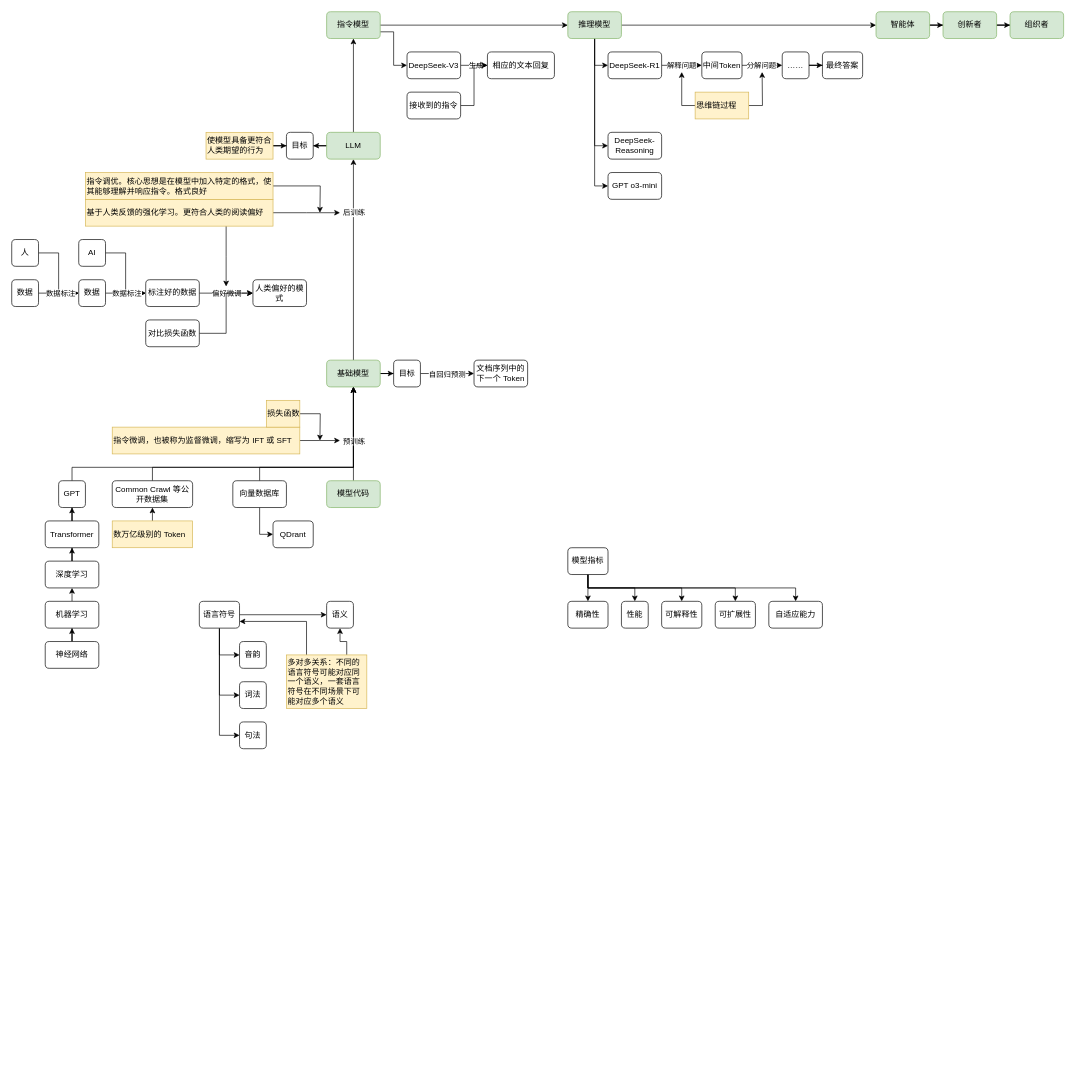
Above: AI知识图.drawio in yanhanfrontend/draw.io.workspace (draw.io), before the change. Source tidied: cells renumbered, new cells numbered last; positions are measured from the earlier drawing's top-left corner, leaving out a move shared by most shapes. Both pictures are drawn from the tidied source at 67%, with x=0, y=0 at pixel (11, 11).
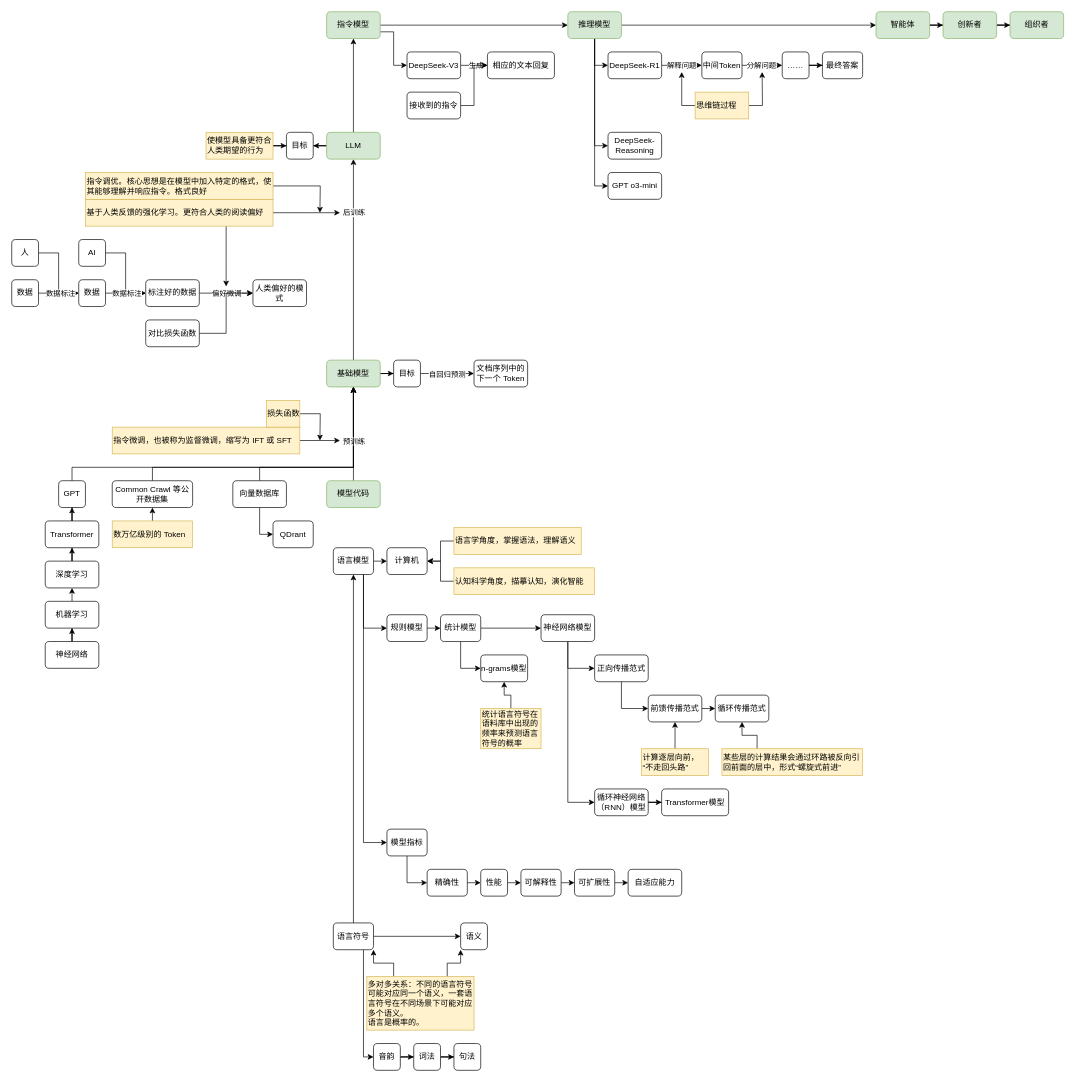
After the change.

Commit message:
更新AI知识图.drawio

What changed in the source:
```diff
@@
+    <mxCell id="118" style="edgeStyle=orthogonalEdgeStyle;rounded=0;jettySize=auto;html=1;exitX=1;exitY=0.5;exitDx=0;exitDy=0;entryX=0;entryY=0.5;entryDx=0;entryDy=0;" parent="1" edge="1" source="84" target="88">
+      <mxGeometry relative="1" as="geometry" />
+    </mxCell>
     <mxCell id="84" value="精确性" style="rounded=1;whiteSpace=wrap;html=1;" parent="1" vertex="1">
-      <mxGeometry x="830" y="880" width="60" height="40" as="geometry" />
+      <mxGeometry x="620" y="1280" width="60" height="40" as="geometry" />
     </mxCell>
+    <mxCell id="119" style="edgeStyle=orthogonalEdgeStyle;rounded=0;jettySize=auto;html=1;exitX=1;exitY=0.5;exitDx=0;exitDy=0;entryX=0;entryY=0.5;entryDx=0;entryDy=0;" parent="1" edge="1" source="85" target="86">
+      <mxGeometry relative="1" as="geometry" />
+    </mxCell>
     <mxCell id="85" value="可解释性" style="rounded=1;whiteSpace=wrap;html=1;" parent="1" vertex="1">
-      <mxGeometry x="970" y="880" width="60" height="40" as="geometry" />
+      <mxGeometry x="760" y="1280" width="60" height="40" as="geometry" />
     </mxCell>
+    <mxCell id="120" style="edgeStyle=orthogonalEdgeStyle;rounded=0;jettySize=auto;html=1;exitX=1;exitY=0.5;exitDx=0;exitDy=0;entryX=0;entryY=0.5;entryDx=0;entryDy=0;" parent="1" edge="1" source="86" target="87">
+      <mxGeometry relative="1" as="geometry" />
+    </mxCell>
     <mxCell id="86" value="可扩展性" style="rounded=1;whiteSpace=wrap;html=1;" parent="1" vertex="1">
-      <mxGeometry x="1050" y="880" width="60" height="40" as="geometry" />
+      <mxGeometry x="840" y="1280" width="60" height="40" as="geometry" />
     </mxCell>
     <mxCell id="87" value="自适应能力" style="rounded=1;whiteSpace=wrap;html=1;" parent="1" vertex="1">
-      <mxGeometry x="1130" y="880" width="80" height="40" as="geometry" />
+      <mxGeometry x="920" y="1280" width="80" height="40" as="geometry" />
     </mxCell>
+    <mxCell id="121" style="edgeStyle=orthogonalEdgeStyle;rounded=0;jettySize=auto;html=1;exitX=1;exitY=0.5;exitDx=0;exitDy=0;entryX=0;entryY=0.5;entryDx=0;entryDy=0;" parent="1" edge="1" source="88" target="85">
+      <mxGeometry relative="1" as="geometry" />
+    </mxCell>
     <mxCell id="88" value="性能" style="rounded=1;whiteSpace=wrap;html=1;" parent="1" vertex="1">
-      <mxGeometry x="910" y="880" width="40" height="40" as="geometry" />
+      <mxGeometry x="700" y="1280" width="40" height="40" as="geometry" />
     </mxCell>
-    <mxCell id="89" style="edgeStyle=orthogonalEdgeStyle;rounded=0;jettySize=auto;html=1;exitX=0.5;exitY=1;exitDx=0;exitDy=0;entryX=0.5;entryY=0;entryDx=0;entryDy=0;" parent="1" edge="1" source="94" target="84">
+    <mxCell id="89" style="edgeStyle=orthogonalEdgeStyle;rounded=0;jettySize=auto;html=1;exitX=0.5;exitY=1;exitDx=0;exitDy=0;entryX=0;entryY=0.5;entryDx=0;entryDy=0;" parent="1" edge="1" source="94" target="84">
       <mxGeometry relative="1" as="geometry" />
     </mxCell>
-    <mxCell id="90" style="edgeStyle=orthogonalEdgeStyle;rounded=0;jettySize=auto;html=1;exitX=0.5;exitY=1;exitDx=0;exitDy=0;entryX=0.5;entryY=0;entryDx=0;entryDy=0;" parent="1" edge="1" source="94" target="88">
-      <mxGeometry relative="1" as="geometry" />
-    </mxCell>
-    <mxCell id="91" style="edgeStyle=orthogonalEdgeStyle;rounded=0;jettySize=auto;html=1;exitX=0.5;exitY=1;exitDx=0;exitDy=0;entryX=0.5;entryY=0;entryDx=0;entryDy=0;" parent="1" edge="1" source="94" target="85">
-      <mxGeometry relative="1" as="geometry" />
-    </mxCell>
-    <mxCell id="92" style="edgeStyle=orthogonalEdgeStyle;rounded=0;jettySize=auto;html=1;exitX=0.5;exitY=1;exitDx=0;exitDy=0;entryX=0.5;entryY=0;entryDx=0;entryDy=0;" parent="1" edge="1" source="94" target="86">
-      <mxGeometry relative="1" as="geometry" />
-    </mxCell>
-    <mxCell id="93" style="edgeStyle=orthogonalEdgeStyle;rounded=0;jettySize=auto;html=1;exitX=0.5;exitY=1;exitDx=0;exitDy=0;entryX=0.5;entryY=0;entryDx=0;entryDy=0;" parent="1" edge="1" source="94" target="87">
-      <mxGeometry relative="1" as="geometry" />
-    </mxCell>
     <mxCell id="94" value="模型指标" style="rounded=1;whiteSpace=wrap;html=1;" parent="1" vertex="1">
-      <mxGeometry x="830" y="800" width="60" height="40" as="geometry" />
+      <mxGeometry x="560" y="1220" width="60" height="40" as="geometry" />
     </mxCell>
@@
+    <mxCell id="109" style="edgeStyle=orthogonalEdgeStyle;rounded=0;jettySize=auto;html=1;exitX=1;exitY=0.5;exitDx=0;exitDy=0;entryX=0;entryY=0.5;entryDx=0;entryDy=0;" parent="1" edge="1" source="110" target="114">
+      <mxGeometry relative="1" as="geometry" />
+    </mxCell>
+    <mxCell id="122" style="edgeStyle=orthogonalEdgeStyle;rounded=0;jettySize=auto;html=1;exitX=0.5;exitY=0;exitDx=0;exitDy=0;" parent="1" edge="1" source="110" target="128">
+      <mxGeometry relative="1" as="geometry" />
+    </mxCell>
-    <mxCell id="106" style="edgeStyle=orthogonalEdgeStyle;rounded=0;jettySize=auto;html=1;exitX=0.5;exitY=1;exitDx=0;exitDy=0;entryX=0;entryY=0.5;entryDx=0;entryDy=0;" parent="1" edge="1" source="110" target="111">
-      <mxGeometry relative="1" as="geometry" />
+    <mxCell id="106" style="edgeStyle=orthogonalEdgeStyle;rounded=0;jettySize=auto;html=1;exitX=0.75;exitY=1;exitDx=0;exitDy=0;entryX=0;entryY=0.5;entryDx=0;entryDy=0;" parent="1" edge="1" source="110" target="111">
+      <mxGeometry relative="1" as="geometry">
+        <Array as="points">
+          <mxPoint x="525" y="1560" />
+        </Array>
+      </mxGeometry>
     </mxCell>
-    <mxCell id="107" style="edgeStyle=orthogonalEdgeStyle;rounded=0;jettySize=auto;html=1;exitX=0.5;exitY=1;exitDx=0;exitDy=0;entryX=0;entryY=0.5;entryDx=0;entryDy=0;" parent="1" edge="1" source="110" target="112">
-      <mxGeometry relative="1" as="geometry" />
-    </mxCell>
-    <mxCell id="108" style="edgeStyle=orthogonalEdgeStyle;rounded=0;jettySize=auto;html=1;exitX=0.5;exitY=1;exitDx=0;exitDy=0;entryX=0;entryY=0.5;entryDx=0;entryDy=0;" parent="1" edge="1" source="110" target="113">
-      <mxGeometry relative="1" as="geometry" />
-    </mxCell>
-    <mxCell id="109" style="edgeStyle=orthogonalEdgeStyle;rounded=0;jettySize=auto;html=1;exitX=1;exitY=0.5;exitDx=0;exitDy=0;entryX=0;entryY=0.5;entryDx=0;entryDy=0;" parent="1" edge="1" source="110" target="114">
-      <mxGeometry relative="1" as="geometry" />
-    </mxCell>
     <mxCell id="110" value="语言符号" style="rounded=1;whiteSpace=wrap;html=1;" parent="1" vertex="1">
-      <mxGeometry x="280" y="880" width="60" height="40" as="geometry" />
+      <mxGeometry x="480" y="1360" width="60" height="40" as="geometry" />
     </mxCell>
+    <mxCell id="123" style="edgeStyle=orthogonalEdgeStyle;rounded=0;jettySize=auto;html=1;" parent="1" edge="1" source="111" target="112">
+      <mxGeometry relative="1" as="geometry" />
+    </mxCell>
     <mxCell id="111" value="音韵" style="rounded=1;whiteSpace=wrap;html=1;" parent="1" vertex="1">
-      <mxGeometry x="340" y="940" width="40" height="40" as="geometry" />
+      <mxGeometry x="540" y="1540" width="40" height="40" as="geometry" />
     </mxCell>
+    <mxCell id="124" style="edgeStyle=orthogonalEdgeStyle;rounded=0;jettySize=auto;html=1;" parent="1" edge="1" source="112" target="113">
+      <mxGeometry relative="1" as="geometry" />
+    </mxCell>
     <mxCell id="112" value="词法" style="rounded=1;whiteSpace=wrap;html=1;" parent="1" vertex="1">
-      <mxGeometry x="340" y="1000" width="40" height="40" as="geometry" />
+      <mxGeometry x="600" y="1540" width="40" height="40" as="geometry" />
     </mxCell>
     <mxCell id="113" value="句法" style="rounded=1;whiteSpace=wrap;html=1;" parent="1" vertex="1">
-      <mxGeometry x="340" y="1060" width="40" height="40" as="geometry" />
+      <mxGeometry x="660" y="1540" width="40" height="40" as="geometry" />
     </mxCell>
     <mxCell id="114" value="语义" style="rounded=1;whiteSpace=wrap;html=1;" parent="1" vertex="1">
-      <mxGeometry x="470" y="880" width="40" height="40" as="geometry" />
+      <mxGeometry x="670" y="1360" width="40" height="40" as="geometry" />
     </mxCell>
-    <mxCell id="115" style="edgeStyle=orthogonalEdgeStyle;rounded=0;jettySize=auto;html=1;exitX=0.25;exitY=0;exitDx=0;exitDy=0;entryX=1;entryY=0.75;entryDx=0;entryDy=0;" parent="1" edge="1" source="117" target="110">
-      <mxGeometry relative="1" as="geometry" />
+    <mxCell id="115" style="edgeStyle=orthogonalEdgeStyle;rounded=0;jettySize=auto;html=1;exitX=0.25;exitY=0;exitDx=0;exitDy=0;entryX=1;entryY=1;entryDx=0;entryDy=0;" parent="1" edge="1" source="117" target="110">
+      <mxGeometry relative="1" as="geometry">
+        <Array as="points">
+          <mxPoint x="570" y="1420" />
+          <mxPoint x="540" y="1420" />
+        </Array>
+      </mxGeometry>
     </mxCell>
-    <mxCell id="116" style="edgeStyle=orthogonalEdgeStyle;rounded=0;jettySize=auto;html=1;exitX=0.75;exitY=0;exitDx=0;exitDy=0;entryX=0.5;entryY=1;entryDx=0;entryDy=0;" parent="1" edge="1" source="117" target="114">
+    <mxCell id="116" style="edgeStyle=orthogonalEdgeStyle;rounded=0;jettySize=auto;html=1;exitX=0.75;exitY=0;exitDx=0;exitDy=0;entryX=0;entryY=1;entryDx=0;entryDy=0;" parent="1" edge="1" source="117" target="114">
       <mxGeometry relative="1" as="geometry" />
     </mxCell>
-    <mxCell id="117" value="多对多关系：不同的语言符号可能对应同一个语义，一套语言符号在不同场景下可能对应多个语义" style="text;html=1;align=left;verticalAlign=middle;whiteSpace=wrap;rounded=0;fillColor=#fff2cc;strokeColor=#d6b656;" parent="1" vertex="1">
-      <mxGeometry x="410" y="960" width="120" height="80" as="geometry" />
+    <mxCell id="117" value="多对多关系：不同的语言符号可能对应同一个语义，一套语言符号在不同场景下可能对应多个语义。&lt;div&gt;语言是概率的。&lt;/div&gt;" style="text;html=1;align=left;verticalAlign=middle;whiteSpace=wrap;rounded=0;fillColor=#fff2cc;strokeColor=#d6b656;" parent="1" vertex="1">
+      <mxGeometry x="530" y="1440" width="160" height="80" as="geometry" />
     </mxCell>
+    <mxCell id="125" style="edgeStyle=orthogonalEdgeStyle;rounded=0;jettySize=auto;html=1;exitX=1;exitY=0.5;exitDx=0;exitDy=0;entryX=0;entryY=0.5;entryDx=0;entryDy=0;" parent="1" edge="1" source="128" target="129">
+      <mxGeometry relative="1" as="geometry" />
+    </mxCell>
+    <mxCell id="126" style="edgeStyle=orthogonalEdgeStyle;rounded=0;jettySize=auto;html=1;exitX=0.75;exitY=1;exitDx=0;exitDy=0;entryX=0;entryY=0.5;entryDx=0;entryDy=0;" parent="1" edge="1" source="128" target="94">
+      <mxGeometry relative="1" as="geometry" />
+    </mxCell>
+    <mxCell id="127" style="edgeStyle=orthogonalEdgeStyle;rounded=0;jettySize=auto;html=1;exitX=0.75;exitY=1;exitDx=0;exitDy=0;entryX=0;entryY=0.5;entryDx=0;entryDy=0;" parent="1" edge="1" source="128" target="135">
+      <mxGeometry relative="1" as="geometry" />
+    </mxCell>
+    <mxCell id="128" value="语言模型" style="rounded=1;whiteSpace=wrap;html=1;" parent="1" vertex="1">
+      <mxGeometry x="480" y="800" width="60" height="40" as="geometry" />
+    </mxCell>
+    <mxCell id="129" value="计算机" style="rounded=1;whiteSpace=wrap;html=1;" parent="1" vertex="1">
+      <mxGeometry x="560" y="800" width="60" height="40" as="geometry" />
+    </mxCell>
+    <mxCell id="130" style="edgeStyle=orthogonalEdgeStyle;rounded=0;jettySize=auto;html=1;exitX=0;exitY=0.5;exitDx=0;exitDy=0;entryX=1;entryY=0.5;entryDx=0;entryDy=0;" parent="1" edge="1" source="131" target="129">
+      <mxGeometry relative="1" as="geometry" />
+    </mxCell>
+    <mxCell id="131" value="语言学角度，掌握语法，理解语义" style="text;html=1;align=left;verticalAlign=middle;whiteSpace=wrap;rounded=0;fillColor=#fff2cc;strokeColor=#d6b656;" parent="1" vertex="1">
+      <mxGeometry x="660" y="770" width="190" height="40" as="geometry" />
+    </mxCell>
+    <mxCell id="132" style="edgeStyle=orthogonalEdgeStyle;rounded=0;jettySize=auto;html=1;exitX=0;exitY=0.5;exitDx=0;exitDy=0;entryX=1;entryY=0.5;entryDx=0;entryDy=0;" parent="1" edge="1" source="133" target="129">
+      <mxGeometry relative="1" as="geometry" />
+    </mxCell>
+    <mxCell id="133" value="认知科学角度，描摹认知，演化智能" style="text;html=1;align=left;verticalAlign=middle;whiteSpace=wrap;rounded=0;fillColor=#fff2cc;strokeColor=#d6b656;" parent="1" vertex="1">
+      <mxGeometry x="660" y="830" width="210" height="40" as="geometry" />
+    </mxCell>
+    <mxCell id="134" style="edgeStyle=orthogonalEdgeStyle;rounded=0;jettySize=auto;html=1;exitX=1;exitY=0.5;exitDx=0;exitDy=0;entryX=0;entryY=0.5;entryDx=0;entryDy=0;" parent="1" edge="1" source="135" target="138">
+      <mxGeometry relative="1" as="geometry" />
+    </mxCell>
+    <mxCell id="135" value="规则模型" style="rounded=1;whiteSpace=wrap;html=1;" parent="1" vertex="1">
+      <mxGeometry x="560" y="900" width="60" height="40" as="geometry" />
+    </mxCell>
+    <mxCell id="136" style="edgeStyle=orthogonalEdgeStyle;rounded=0;jettySize=auto;html=1;exitX=1;exitY=0.5;exitDx=0;exitDy=0;entryX=0;entryY=0.5;entryDx=0;entryDy=0;" parent="1" edge="1" source="138" target="141">
+      <mxGeometry relative="1" as="geometry" />
+    </mxCell>
+    <mxCell id="137" style="edgeStyle=orthogonalEdgeStyle;rounded=0;jettySize=auto;html=1;exitX=0.5;exitY=1;exitDx=0;exitDy=0;entryX=0;entryY=0.5;entryDx=0;entryDy=0;" parent="1" edge="1" source="138" target="142">
+      <mxGeometry relative="1" as="geometry" />
+    </mxCell>
+    <mxCell id="138" value="统计模型" style="rounded=1;whiteSpace=wrap;html=1;" parent="1" vertex="1">
+      <mxGeometry x="640" y="900" width="60" height="40" as="geometry" />
+    </mxCell>
+    <mxCell id="139" style="edgeStyle=orthogonalEdgeStyle;rounded=0;jettySize=auto;html=1;exitX=0.5;exitY=1;exitDx=0;exitDy=0;entryX=0;entryY=0.5;entryDx=0;entryDy=0;" parent="1" edge="1" source="141" target="144">
+      <mxGeometry relative="1" as="geometry" />
+    </mxCell>
+    <mxCell id="140" style="edgeStyle=orthogonalEdgeStyle;rounded=0;jettySize=auto;html=1;exitX=0.5;exitY=1;exitDx=0;exitDy=0;entryX=0;entryY=0.5;entryDx=0;entryDy=0;" parent="1" edge="1" source="141" target="149">
+      <mxGeometry relative="1" as="geometry" />
+    </mxCell>
+    <mxCell id="141" value="神经网络模型" style="rounded=1;whiteSpace=wrap;html=1;" parent="1" vertex="1">
+      <mxGeometry x="790" y="900" width="80" height="40" as="geometry" />
+    </mxCell>
+    <mxCell id="142" value="n-grams模型" style="rounded=1;whiteSpace=wrap;html=1;" parent="1" vertex="1">
+      <mxGeometry x="700" y="960" width="70" height="40" as="geometry" />
+    </mxCell>
+    <mxCell id="143" style="edgeStyle=orthogonalEdgeStyle;rounded=0;jettySize=auto;html=1;exitX=1;exitY=0.5;exitDx=0;exitDy=0;" parent="1" edge="1" source="144" target="145">
+      <mxGeometry relative="1" as="geometry" />
+    </mxCell>
+    <mxCell id="144" value="循环神经网络（RNN）模型" style="rounded=1;whiteSpace=wrap;html=1;" parent="1" vertex="1">
+      <mxGeometry x="870" y="1160" width="80" height="40" as="geometry" />
+    </mxCell>
+    <mxCell id="145" value="Transformer模型" style="rounded=1;whiteSpace=wrap;html=1;" parent="1" vertex="1">
+      <mxGeometry x="970" y="1160" width="100" height="40" as="geometry" />
+    </mxCell>
+    <mxCell id="146" style="edgeStyle=orthogonalEdgeStyle;rounded=0;jettySize=auto;html=1;exitX=0.5;exitY=0;exitDx=0;exitDy=0;entryX=0.5;entryY=1;entryDx=0;entryDy=0;" parent="1" edge="1" source="147" target="142">
+      <mxGeometry relative="1" as="geometry" />
+    </mxCell>
+    <mxCell id="147" value="统计语言符号在语料库中出现的频率来预测语言符号的概率" style="text;html=1;align=left;verticalAlign=middle;whiteSpace=wrap;rounded=0;fillColor=#fff2cc;strokeColor=#d6b656;" parent="1" vertex="1">
+      <mxGeometry x="700" y="1040" width="90" height="60" as="geometry" />
+    </mxCell>
+    <mxCell id="148" style="edgeStyle=orthogonalEdgeStyle;rounded=0;jettySize=auto;html=1;exitX=0.5;exitY=1;exitDx=0;exitDy=0;entryX=0;entryY=0.5;entryDx=0;entryDy=0;" parent="1" edge="1" source="149" target="151">
+      <mxGeometry relative="1" as="geometry" />
+    </mxCell>
+    <mxCell id="149" value="正向传播范式" style="rounded=1;whiteSpace=wrap;html=1;" parent="1" vertex="1">
+      <mxGeometry x="870" y="960" width="80" height="40" as="geometry" />
+    </mxCell>
+    <mxCell id="150" style="edgeStyle=orthogonalEdgeStyle;rounded=0;jettySize=auto;html=1;exitX=1;exitY=0.5;exitDx=0;exitDy=0;entryX=0;entryY=0.5;entryDx=0;entryDy=0;" parent="1" edge="1" source="151" target="152">
+      <mxGeometry relative="1" as="geometry" />
+    </mxCell>
+    <mxCell id="151" value="前馈传播范式" style="rounded=1;whiteSpace=wrap;html=1;" parent="1" vertex="1">
+      <mxGeometry x="950" y="1020" width="80" height="40" as="geometry" />
+    </mxCell>
+    <mxCell id="152" value="循环传播范式" style="rounded=1;whiteSpace=wrap;html=1;" parent="1" vertex="1">
+      <mxGeometry x="1050" y="1020" width="80" height="40" as="geometry" />
+    </mxCell>
+    <mxCell id="153" style="edgeStyle=orthogonalEdgeStyle;rounded=0;jettySize=auto;html=1;exitX=0.5;exitY=0;exitDx=0;exitDy=0;entryX=0.5;entryY=1;entryDx=0;entryDy=0;" parent="1" edge="1" source="154" target="151">
+      <mxGeometry relative="1" as="geometry" />
+    </mxCell>
+    <mxCell id="154" value="计算逐层向前，“不走回头路”" style="text;html=1;align=left;verticalAlign=middle;whiteSpace=wrap;rounded=0;fillColor=#fff2cc;strokeColor=#d6b656;" parent="1" vertex="1">
+      <mxGeometry x="940" y="1100" width="100" height="40" as="geometry" />
+    </mxCell>
+    <mxCell id="155" style="edgeStyle=orthogonalEdgeStyle;rounded=0;jettySize=auto;html=1;exitX=0.25;exitY=0;exitDx=0;exitDy=0;entryX=0.5;entryY=1;entryDx=0;entryDy=0;" parent="1" edge="1" source="156" target="152">
+      <mxGeometry relative="1" as="geometry" />
+    </mxCell>
+    <mxCell id="156" value="某些层的计算结果会通过环路被反向引回前面的层中，形式“螺旋式前进”" style="text;html=1;align=left;verticalAlign=middle;whiteSpace=wrap;rounded=0;fillColor=#fff2cc;strokeColor=#d6b656;" parent="1" vertex="1">
+      <mxGeometry x="1060" y="1100" width="210" height="40" as="geometry" />
+    </mxCell>
```
